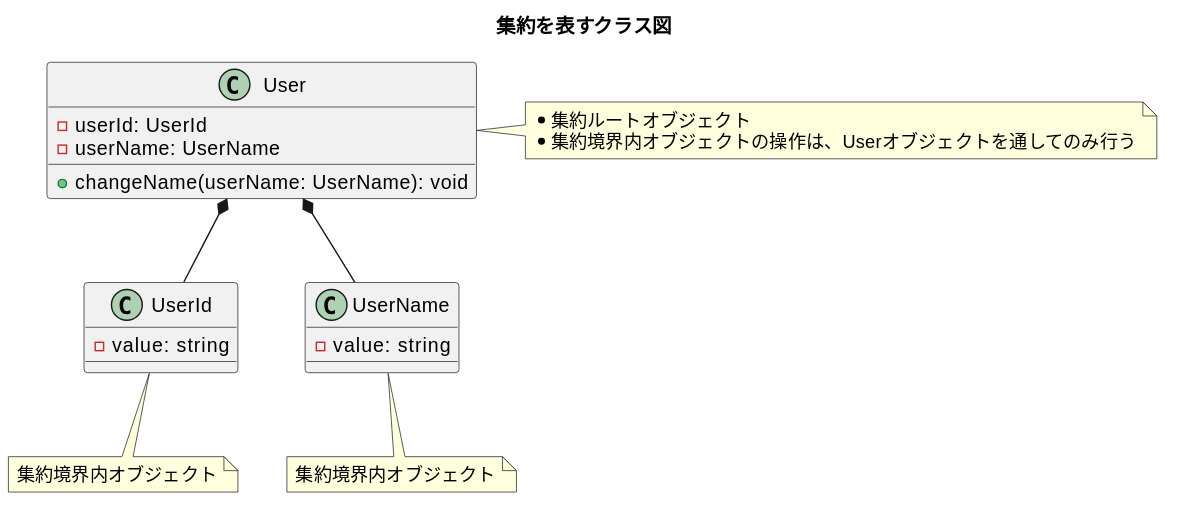
Earlier version of the PlantUML export diagrams/ch12-aggregate-user.svg (Yuki-TU/ddd).
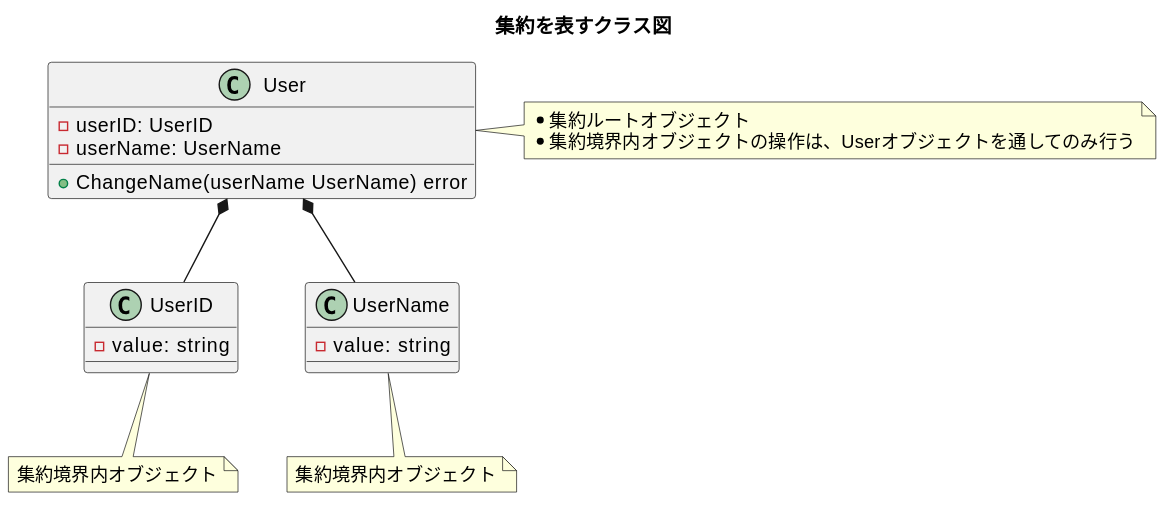
The same diagram one commit later.

Change to the diagram source:
```diff
@@ -2,16 +2,16 @@
 title 集約を表すクラス図
 
 class User {
-  - userId: UserId
+  - userID: UserID
   - userName: UserName
-  + changeName(userName: UserName): void
+  + ChangeName(userName UserName) error
 }
 note right
 * 集約ルートオブジェクト
 * 集約境界内オブジェクトの操作は、Userオブジェクトを通してのみ行う
 endnote
 
-class UserId {
+class UserID {
   - value: string
 }
 note bottom
@@ -25,6 +25,6 @@
 集約境界内オブジェクト
 endnote
 
-User *-- UserId
+User *-- UserID
 User *-- UserName
 @enduml
```
